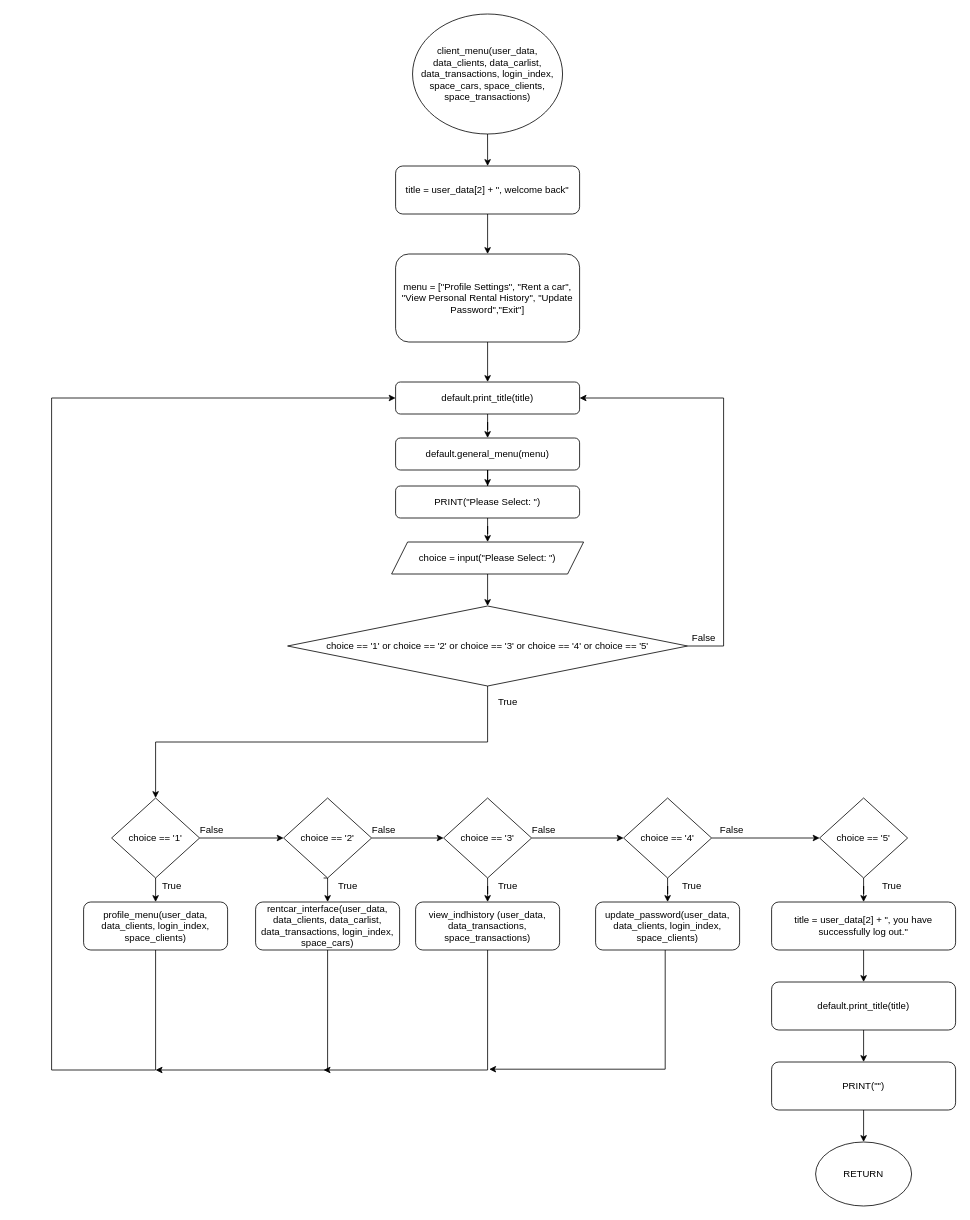
The draw.io diagram Flowchart/clients/client_menu.drawio in RabbitBear00/Car-Rental-System, before the edit. Source tidied: cells renumbered, new cells numbered last; positions are measured from the earlier drawing's top-left corner, leaving out a move shared by most shapes. Both pictures are drawn from the tidied source at 80%, with x=0, y=0 at pixel (51, 14).
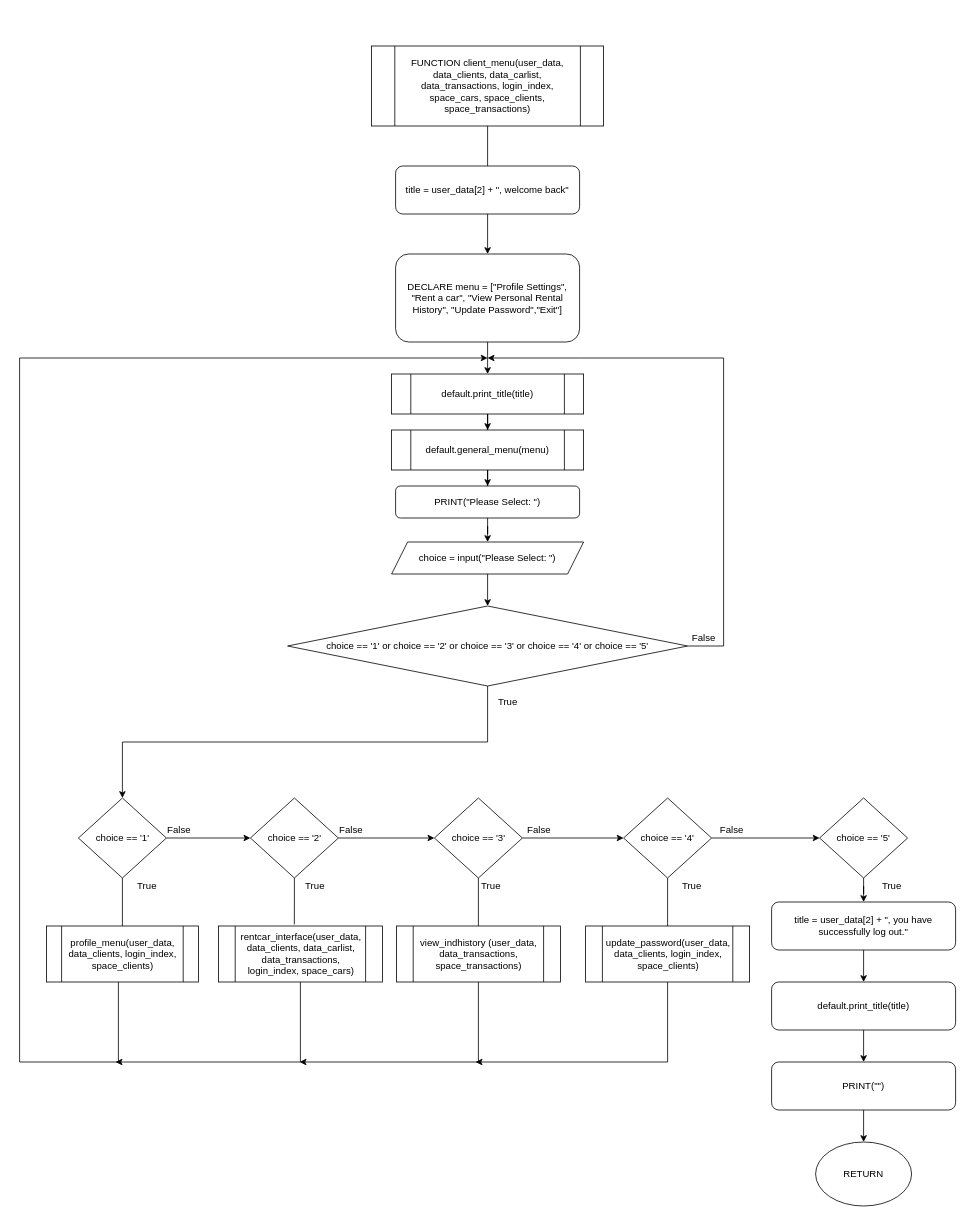
The same diagram, later.

Unchanged cells that the change refers to:
```xml
<mxCell id="5" value="title = user_data[2] + &quot;, welcome back&quot;" style="rounded=1;whiteSpace=wrap;html=1;" parent="1" vertex="1">
  <mxGeometry x="430" y="190" width="230" height="60" as="geometry" />
</mxCell>
<mxCell id="9" value="choice == '5'" style="rhombus;whiteSpace=wrap;html=1;" parent="1" vertex="1">
  <mxGeometry x="960" y="980" width="110" height="100" as="geometry" />
</mxCell>
<mxCell id="28" value="choice == '4'" style="rhombus;whiteSpace=wrap;html=1;" parent="1" vertex="1">
  <mxGeometry x="715" y="980" width="110" height="100" as="geometry" />
</mxCell>
<mxCell id="31" value="choice == '1' or choice == '2' or choice == '3' or choice == '4' or choice == '5'" style="rhombus;whiteSpace=wrap;html=1;" parent="1" vertex="1">
  <mxGeometry x="295" y="740" width="500" height="100" as="geometry" />
</mxCell>
<mxCell id="58" value="PRINT(&quot;Please Select: &quot;)" style="rounded=1;whiteSpace=wrap;html=1;" parent="1" vertex="1">
  <mxGeometry x="430" y="590" width="230" height="40" as="geometry" />
</mxCell>
```

What changed in the source:
```diff
@@
-    <mxCell id="2" style="edgeStyle=orthogonalEdgeStyle;rounded=0;jettySize=auto;html=1;" parent="1" edge="1" source="3" target="5">
-      <mxGeometry relative="1" as="geometry" />
-    </mxCell>
-    <mxCell id="3" value="client_menu(user_data, data_clients, data_carlist, data_transactions, login_index, space_cars, space_clients, space_transactions)" style="ellipse;whiteSpace=wrap;html=1;" parent="1" vertex="1">
-      <mxGeometry x="451.2" width="187.5" height="150" as="geometry" />
-    </mxCell>
@@
-    <mxCell id="6" style="edgeStyle=orthogonalEdgeStyle;rounded=0;jettySize=auto;html=1;" parent="1" edge="1" source="7" target="41">
+    <mxCell id="6" style="edgeStyle=orthogonalEdgeStyle;rounded=0;jettySize=auto;html=1;endArrow=classic;endFill=1;" parent="1" edge="1" source="7" target="41">
       <mxGeometry relative="1" as="geometry" />
     </mxCell>
-    <mxCell id="7" value="menu = [&quot;Profile Settings&quot;, &quot;Rent a car&quot;, &quot;View Personal Rental History&quot;, &quot;Update Password&quot;,&quot;Exit&quot;]" style="rounded=1;whiteSpace=wrap;html=1;" parent="1" vertex="1">
+    <mxCell id="7" value="DECLARE menu = [&quot;Profile Settings&quot;, &quot;Rent a car&quot;, &quot;View Personal Rental History&quot;, &quot;Update Password&quot;,&quot;Exit&quot;]" style="rounded=1;whiteSpace=wrap;html=1;" parent="1" vertex="1">
       <mxGeometry x="430" y="300" width="230" height="110" as="geometry" />
     </mxCell>
@@
+    <mxCell id="18" style="edgeStyle=orthogonalEdgeStyle;rounded=0;jettySize=auto;html=1;" parent="1" edge="1" source="19" target="22">
+      <mxGeometry relative="1" as="geometry" />
+    </mxCell>
-    <mxCell id="17" style="edgeStyle=orthogonalEdgeStyle;rounded=0;jettySize=auto;html=1;exitX=0.5;exitY=1;exitDx=0;exitDy=0;entryX=0.5;entryY=0;entryDx=0;entryDy=0;" parent="1" edge="1" source="19" target="33">
+    <mxCell id="17" style="edgeStyle=orthogonalEdgeStyle;rounded=0;jettySize=auto;html=1;entryX=0.5;entryY=0;entryDx=0;entryDy=0;endArrow=none;endFill=0;" parent="1" edge="1" source="19" target="33">
       <mxGeometry relative="1" as="geometry" />
     </mxCell>
-    <mxCell id="18" style="edgeStyle=orthogonalEdgeStyle;rounded=0;jettySize=auto;html=1;" parent="1" edge="1" source="19" target="22">
-      <mxGeometry relative="1" as="geometry" />
-    </mxCell>
     <mxCell id="19" value="choice == '1'" style="rhombus;whiteSpace=wrap;html=1;" parent="1" vertex="1">
-      <mxGeometry x="75" y="980" width="110" height="100" as="geometry" />
+      <mxGeometry x="33.5" y="980" width="110" height="100" as="geometry" />
     </mxCell>
-    <mxCell id="20" style="edgeStyle=orthogonalEdgeStyle;rounded=0;orthogonalLoop=1;jettySize=auto;html=1;exitX=0.5;exitY=1;exitDx=0;exitDy=0;entryX=0.5;entryY=0;entryDx=0;entryDy=0;" parent="1" edge="1">
-      <mxGeometry relative="1" as="geometry">
-        <mxPoint x="340" y="1080" as="sourcePoint" />
-        <mxPoint x="345" y="1110" as="targetPoint" />
-      </mxGeometry>
-    </mxCell>
@@
+    <mxCell id="59" style="edgeStyle=orthogonalEdgeStyle;rounded=0;jettySize=auto;html=1;entryX=0.463;entryY=-0.029;entryDx=0;entryDy=0;entryPerimeter=0;endArrow=none;endFill=0;" parent="1" edge="1" source="22" target="35">
+      <mxGeometry relative="1" as="geometry" />
+    </mxCell>
     <mxCell id="22" value="choice == '2'" style="rhombus;whiteSpace=wrap;html=1;" parent="1" vertex="1">
-      <mxGeometry x="290" y="980" width="110" height="100" as="geometry" />
+      <mxGeometry x="248.5" y="980" width="110" height="100" as="geometry" />
     </mxCell>
+    <mxCell id="24" style="edgeStyle=orthogonalEdgeStyle;rounded=0;jettySize=auto;html=1;" parent="1" edge="1" source="25" target="28">
+      <mxGeometry relative="1" as="geometry" />
+    </mxCell>
-    <mxCell id="23" style="edgeStyle=orthogonalEdgeStyle;rounded=0;jettySize=auto;html=1;" parent="1" edge="1" source="25" target="37">
+    <mxCell id="23" style="edgeStyle=orthogonalEdgeStyle;rounded=0;jettySize=auto;html=1;endArrow=none;endFill=0;" parent="1" edge="1" source="25" target="37">
       <mxGeometry relative="1" as="geometry" />
     </mxCell>
-    <mxCell id="24" style="edgeStyle=orthogonalEdgeStyle;rounded=0;jettySize=auto;html=1;" parent="1" edge="1" source="25" target="28">
-      <mxGeometry relative="1" as="geometry" />
-    </mxCell>
     <mxCell id="25" value="choice == '3'" style="rhombus;whiteSpace=wrap;html=1;" parent="1" vertex="1">
-      <mxGeometry x="490" y="980" width="110" height="100" as="geometry" />
+      <mxGeometry x="478.5" y="980" width="110" height="100" as="geometry" />
     </mxCell>
+    <mxCell id="27" style="edgeStyle=orthogonalEdgeStyle;rounded=0;jettySize=auto;html=1;" parent="1" edge="1" source="28" target="9">
+      <mxGeometry relative="1" as="geometry" />
+    </mxCell>
-    <mxCell id="26" style="edgeStyle=orthogonalEdgeStyle;rounded=0;jettySize=auto;html=1;" parent="1" edge="1" source="28" target="39">
+    <mxCell id="26" style="edgeStyle=orthogonalEdgeStyle;rounded=0;jettySize=auto;html=1;endArrow=none;endFill=0;" parent="1" edge="1" source="28" target="39">
       <mxGeometry relative="1" as="geometry" />
     </mxCell>
-    <mxCell id="27" style="edgeStyle=orthogonalEdgeStyle;rounded=0;jettySize=auto;html=1;" parent="1" edge="1" source="28" target="9">
-      <mxGeometry relative="1" as="geometry" />
-    </mxCell>
@@
-    <mxCell id="30" style="edgeStyle=orthogonalEdgeStyle;rounded=0;jettySize=auto;html=1;entryX=1;entryY=0.5;entryDx=0;entryDy=0;" parent="1" edge="1" source="31" target="41">
+    <mxCell id="30" style="edgeStyle=orthogonalEdgeStyle;rounded=0;jettySize=auto;html=1;" parent="1" edge="1" source="31">
       <mxGeometry relative="1" as="geometry">
+        <mxPoint x="545" y="430" as="targetPoint" />
         <Array as="points">
           <mxPoint x="840" y="790" />
-          <mxPoint x="840" y="480" />
+          <mxPoint x="840" y="430" />
+          <mxPoint x="660" y="430" />
         </Array>
       </mxGeometry>
     </mxCell>
@@
-    <mxCell id="32" style="edgeStyle=orthogonalEdgeStyle;rounded=0;jettySize=auto;html=1;entryX=0;entryY=0.5;entryDx=0;entryDy=0;startArrow=none;startFill=0;endArrow=classic;endFill=1;" parent="1" edge="1" source="33" target="41">
-      <mxGeometry relative="1" as="geometry">
-        <Array as="points">
-          <mxPoint x="130" y="1320" />
-          <mxPoint y="1320" />
-          <mxPoint y="480" />
-        </Array>
-      </mxGeometry>
-    </mxCell>
-    <mxCell id="33" value="profile_menu(user_data, data_clients, login_index, space_clients)" style="rounded=1;whiteSpace=wrap;html=1;" parent="1" vertex="1">
-      <mxGeometry x="40" y="1110" width="180" height="60" as="geometry" />
-    </mxCell>
-    <mxCell id="34" style="edgeStyle=orthogonalEdgeStyle;rounded=0;jettySize=auto;html=1;startArrow=none;startFill=0;endArrow=classic;endFill=1;" parent="1" edge="1" source="35">
-      <mxGeometry relative="1" as="geometry">
-        <mxPoint x="130" y="1320" as="targetPoint" />
-        <Array as="points">
-          <mxPoint x="345" y="1320" />
-        </Array>
-      </mxGeometry>
-    </mxCell>
-    <mxCell id="35" value="rentcar_interface(user_data, data_clients, data_carlist, data_transactions, login_index, space_cars)" style="rounded=1;whiteSpace=wrap;html=1;" parent="1" vertex="1">
-      <mxGeometry x="255" y="1110" width="180" height="60" as="geometry" />
-    </mxCell>
-    <mxCell id="36" style="edgeStyle=orthogonalEdgeStyle;rounded=0;jettySize=auto;html=1;" parent="1" edge="1" source="37">
-      <mxGeometry relative="1" as="geometry">
-        <mxPoint x="340" y="1320" as="targetPoint" />
-        <Array as="points">
-          <mxPoint x="545" y="1320" />
-        </Array>
-      </mxGeometry>
-    </mxCell>
-    <mxCell id="37" value="&lt;div&gt;&lt;span&gt;view_indhistory (user_data, data_transactions, space_transactions)&lt;/span&gt;&lt;/div&gt;" style="rounded=1;whiteSpace=wrap;html=1;align=center;" parent="1" vertex="1">
-      <mxGeometry x="455" y="1110" width="180" height="60" as="geometry" />
-    </mxCell>
-    <mxCell id="38" style="edgeStyle=orthogonalEdgeStyle;rounded=0;orthogonalLoop=1;jettySize=auto;html=1;startArrow=none;startFill=0;endArrow=classic;endFill=1;" parent="1" edge="1">
-      <mxGeometry relative="1" as="geometry">
-        <mxPoint x="767" y="1169" as="sourcePoint" />
-        <mxPoint x="547" y="1319" as="targetPoint" />
-        <Array as="points">
-          <mxPoint x="767" y="1319" />
-        </Array>
-      </mxGeometry>
-    </mxCell>
-    <mxCell id="39" value="update_password(user_data, data_clients, login_index, space_clients)" style="rounded=1;whiteSpace=wrap;html=1;" parent="1" vertex="1">
-      <mxGeometry x="680" y="1110" width="180" height="60" as="geometry" />
-    </mxCell>
-    <mxCell id="40" style="edgeStyle=orthogonalEdgeStyle;rounded=0;jettySize=auto;html=1;" parent="1" edge="1" source="41" target="43">
-      <mxGeometry relative="1" as="geometry" />
-    </mxCell>
-    <mxCell id="41" value="default.print_title(title)" style="rounded=1;whiteSpace=wrap;html=1;" parent="1" vertex="1">
-      <mxGeometry x="430" y="460" width="230" height="40" as="geometry" />
-    </mxCell>
-    <mxCell id="42" style="edgeStyle=orthogonalEdgeStyle;rounded=0;jettySize=auto;html=1;startArrow=none;startFill=0;endArrow=classic;endFill=1;" parent="1" edge="1" source="43" target="58">
-      <mxGeometry relative="1" as="geometry" />
-    </mxCell>
-    <mxCell id="43" value="default.general_menu(menu)" style="rounded=1;whiteSpace=wrap;html=1;" parent="1" vertex="1">
-      <mxGeometry x="430" y="530" width="230" height="40" as="geometry" />
-    </mxCell>
@@
     <mxCell id="46" value="True" style="text;html=1;align=center;verticalAlign=middle;strokeColor=none;" parent="1" vertex="1">
-      <mxGeometry x="130" y="1080" width="40" height="20" as="geometry" />
+      <mxGeometry x="98.5" y="1080" width="40" height="20" as="geometry" />
     </mxCell>
     <mxCell id="47" value="True" style="text;html=1;align=center;verticalAlign=middle;strokeColor=none;" parent="1" vertex="1">
-      <mxGeometry x="350" y="1080" width="40" height="20" as="geometry" />
+      <mxGeometry x="308.5" y="1080" width="40" height="20" as="geometry" />
     </mxCell>
     <mxCell id="48" value="True" style="text;html=1;align=center;verticalAlign=middle;strokeColor=none;" parent="1" vertex="1">
-      <mxGeometry x="550" y="1080" width="40" height="20" as="geometry" />
+      <mxGeometry x="528.5" y="1080" width="40" height="20" as="geometry" />
     </mxCell>
@@
     <mxCell id="51" value="False" style="text;html=1;align=center;verticalAlign=middle;strokeColor=none;" parent="1" vertex="1">
-      <mxGeometry x="180" y="1010" width="40" height="20" as="geometry" />
+      <mxGeometry x="138.5" y="1010" width="40" height="20" as="geometry" />
     </mxCell>
     <mxCell id="52" value="False" style="text;html=1;align=center;verticalAlign=middle;strokeColor=none;" parent="1" vertex="1">
-      <mxGeometry x="395" y="1010" width="40" height="20" as="geometry" />
+      <mxGeometry x="353.5" y="1010" width="40" height="20" as="geometry" />
     </mxCell>
     <mxCell id="53" value="False" style="text;html=1;align=center;verticalAlign=middle;strokeColor=none;" parent="1" vertex="1">
-      <mxGeometry x="595" y="1010" width="40" height="20" as="geometry" />
+      <mxGeometry x="588.5" y="1010" width="40" height="20" as="geometry" />
     </mxCell>
@@
+    <mxCell id="60" style="edgeStyle=orthogonalEdgeStyle;rounded=0;orthogonalLoop=1;jettySize=auto;html=1;endArrow=classic;endFill=1;" parent="1" edge="1">
+      <mxGeometry relative="1" as="geometry">
+        <mxPoint x="83.5" y="1210" as="sourcePoint" />
+        <mxPoint x="545" y="430" as="targetPoint" />
+        <Array as="points">
+          <mxPoint x="84" y="1310" />
+          <mxPoint x="-40" y="1310" />
+          <mxPoint x="-40" y="430" />
+        </Array>
+      </mxGeometry>
+    </mxCell>
+    <mxCell id="33" value="profile_menu(user_data, data_clients, login_index, space_clients)" style="shape=process;whiteSpace=wrap;html=1;backgroundOutline=1;" parent="1" vertex="1">
+      <mxGeometry x="-6.5" y="1140" width="190" height="70" as="geometry" />
+    </mxCell>
+    <mxCell id="61" style="edgeStyle=orthogonalEdgeStyle;rounded=0;jettySize=auto;html=1;endArrow=classic;endFill=1;" parent="1" edge="1" source="35">
+      <mxGeometry relative="1" as="geometry">
+        <mxPoint x="80" y="1310" as="targetPoint" />
+        <Array as="points">
+          <mxPoint x="311" y="1310" />
+          <mxPoint x="90" y="1310" />
+        </Array>
+      </mxGeometry>
+    </mxCell>
+    <mxCell id="35" value="rentcar_interface(user_data, data_clients, data_carlist, data_transactions, login_index, space_cars)" style="shape=process;whiteSpace=wrap;html=1;backgroundOutline=1;" parent="1" vertex="1">
+      <mxGeometry x="208.5" y="1140" width="205" height="70" as="geometry" />
+    </mxCell>
+    <mxCell id="62" style="edgeStyle=orthogonalEdgeStyle;rounded=0;jettySize=auto;html=1;endArrow=classic;endFill=1;" parent="1" edge="1" source="37">
+      <mxGeometry relative="1" as="geometry">
+        <mxPoint x="310" y="1310" as="targetPoint" />
+        <Array as="points">
+          <mxPoint x="534" y="1310" />
+        </Array>
+      </mxGeometry>
+    </mxCell>
+    <mxCell id="37" value="view_indhistory (user_data, data_transactions, space_transactions)&lt;br&gt;" style="shape=process;whiteSpace=wrap;html=1;backgroundOutline=1;" parent="1" vertex="1">
+      <mxGeometry x="431" y="1140" width="205" height="70" as="geometry" />
+    </mxCell>
+    <mxCell id="63" style="edgeStyle=orthogonalEdgeStyle;rounded=0;jettySize=auto;html=1;endArrow=classic;endFill=1;" parent="1" edge="1" source="39">
+      <mxGeometry relative="1" as="geometry">
+        <mxPoint x="530" y="1310" as="targetPoint" />
+        <Array as="points">
+          <mxPoint x="770" y="1310" />
+        </Array>
+      </mxGeometry>
+    </mxCell>
+    <mxCell id="39" value="update_password(user_data, data_clients, login_index, space_clients)" style="shape=process;whiteSpace=wrap;html=1;backgroundOutline=1;" parent="1" vertex="1">
+      <mxGeometry x="667.5" y="1140" width="205" height="70" as="geometry" />
+    </mxCell>
+    <mxCell id="64" style="edgeStyle=orthogonalEdgeStyle;rounded=0;jettySize=auto;html=1;endArrow=none;endFill=0;" parent="1" edge="1" source="65" target="5">
+      <mxGeometry relative="1" as="geometry" />
+    </mxCell>
+    <mxCell id="65" value="FUNCTION client_menu(user_data, data_clients, data_carlist, data_transactions, login_index, space_cars, space_clients, space_transactions)" style="shape=process;whiteSpace=wrap;html=1;backgroundOutline=1;" parent="1" vertex="1">
+      <mxGeometry x="400" y="40" width="290" height="100" as="geometry" />
+    </mxCell>
+    <mxCell id="42" style="edgeStyle=orthogonalEdgeStyle;rounded=0;jettySize=auto;html=1;endArrow=classic;endFill=1;" parent="1" edge="1" source="43" target="58">
+      <mxGeometry relative="1" as="geometry" />
+    </mxCell>
+    <mxCell id="43" value="default.general_menu(menu)" style="shape=process;whiteSpace=wrap;html=1;backgroundOutline=1;" parent="1" vertex="1">
+      <mxGeometry x="425" y="520" width="240" height="50" as="geometry" />
+    </mxCell>
+    <mxCell id="40" style="edgeStyle=orthogonalEdgeStyle;rounded=0;jettySize=auto;html=1;endArrow=classic;endFill=1;" parent="1" edge="1" source="41" target="43">
+      <mxGeometry relative="1" as="geometry" />
+    </mxCell>
+    <mxCell id="41" value="default.print_title(title)" style="shape=process;whiteSpace=wrap;html=1;backgroundOutline=1;" parent="1" vertex="1">
+      <mxGeometry x="425" y="450" width="240" height="50" as="geometry" />
+    </mxCell>
```
